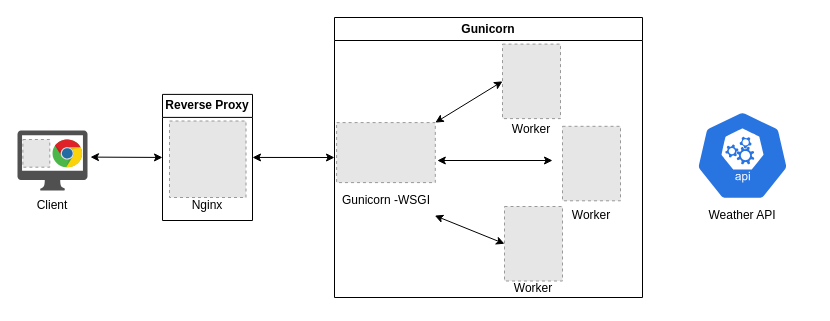
The draw.io diagram Python/Weather_WebApp_Project/web_app.drawio in ortoledanoo/devops-course, before the edit. Source tidied: cells renumbered, new cells numbered last; positions are measured from the earlier drawing's top-left corner, leaving out a move shared by most shapes. Both pictures are drawn from the tidied source at 100%, with x=0, y=0 at pixel (17, 17). Pictures stored in the file or linked from it are replaced by grey dashed boxes.
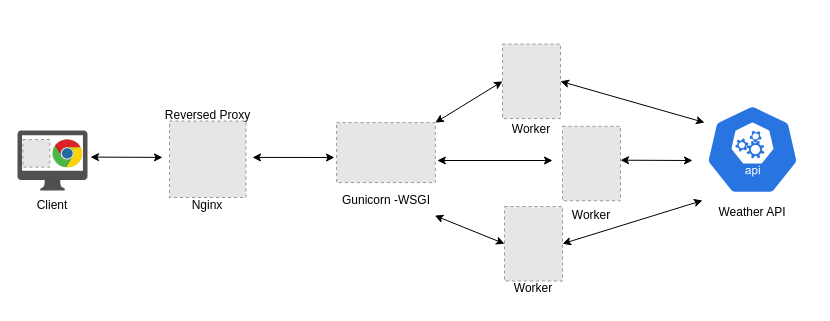
After the change.

What changed in the source:
```diff
@@
-    <mxCell id="2" style="fillColor=#E6E6E6;strokeColor=#999999;dashed=1;verticalLabelPosition=bottom;labelBackgroundColor=default;verticalAlign=top;" parent="1" vertex="1">
-      <mxGeometry x="152" y="103.5" width="76.5" height="76.5" as="geometry" />
-    </mxCell>
@@
     <mxCell id="6" style="sketch=0;html=1;dashed=0;whitespace=wrap;fillColor=#2875E2;strokeColor=#ffffff;points=[[0.005,0.63,0],[0.1,0.2,0],[0.9,0.2,0],[0.5,0,0],[0.995,0.63,0],[0.72,0.99,0],[0.5,1,0],[0.28,0.99,0]];verticalLabelPosition=bottom;align=center;verticalAlign=top;shape=mxgraph.kubernetes.icon;prIcon=api;" parent="1" vertex="1">
-      <mxGeometry x="665" y="93" width="120" height="90" as="geometry" />
+      <mxGeometry x="675" y="87" width="120" height="90" as="geometry" />
     </mxCell>
-    <mxCell id="7" value="Gunicorn" style="swimlane;whiteSpace=wrap;html=1;" parent="1" vertex="1">
-      <mxGeometry x="317" width="308" height="280" as="geometry" />
-    </mxCell>
-    <mxCell id="8" value="Gunicorn -WSGI" style="text;html=1;strokeColor=none;fillColor=none;align=center;verticalAlign=middle;whiteSpace=wrap;rounded=0;" parent="7" vertex="1">
-      <mxGeometry x="2.8" y="168.1" width="97.5" height="30" as="geometry" />
-    </mxCell>
-    <mxCell id="9" style="fillColor=#E6E6E6;strokeColor=#999999;dashed=1;verticalLabelPosition=bottom;labelBackgroundColor=default;verticalAlign=top;" parent="7" vertex="1">
-      <mxGeometry x="168" y="26.6" width="58" height="74.5" as="geometry" />
-    </mxCell>
-    <mxCell id="10" style="fillColor=#E6E6E6;strokeColor=#999999;dashed=1;verticalLabelPosition=bottom;labelBackgroundColor=default;verticalAlign=top;" parent="7" vertex="1">
-      <mxGeometry x="2.1" y="105.1" width="98.7" height="60" as="geometry" />
-    </mxCell>
-    <mxCell id="11" style="fillColor=#E6E6E6;strokeColor=#999999;dashed=1;verticalLabelPosition=bottom;labelBackgroundColor=default;verticalAlign=top;" parent="7" vertex="1">
-      <mxGeometry x="228" y="108.8" width="58" height="74.5" as="geometry" />
-    </mxCell>
-    <mxCell id="12" style="fillColor=#E6E6E6;strokeColor=#999999;dashed=1;verticalLabelPosition=bottom;labelBackgroundColor=default;verticalAlign=top;" parent="7" vertex="1">
-      <mxGeometry x="170" y="189" width="58" height="74.5" as="geometry" />
-    </mxCell>
-    <mxCell id="13" style="endArrow=classic;startArrow=classic;html=1;entryX=0;entryY=0.5;entryDx=0;entryDy=0;exitX=1;exitY=0;exitDx=0;exitDy=0;" parent="7" edge="1" source="10" target="9">
-      <mxGeometry relative="1" as="geometry" />
-    </mxCell>
-    <mxCell id="14" style="endArrow=classic;startArrow=classic;html=1;exitX=0;exitY=0.5;exitDx=0;exitDy=0;entryX=1;entryY=1;entryDx=0;entryDy=0;" parent="7" edge="1" source="12" target="8">
-      <mxGeometry relative="1" as="geometry" />
-    </mxCell>
-    <mxCell id="15" value="Worker" style="text;html=1;strokeColor=none;fillColor=none;align=center;verticalAlign=middle;whiteSpace=wrap;rounded=0;" parent="7" vertex="1">
-      <mxGeometry x="208.2" y="183.3" width="97.5" height="30" as="geometry" />
-    </mxCell>
-    <mxCell id="16" value="Worker" style="text;html=1;strokeColor=none;fillColor=none;align=center;verticalAlign=middle;whiteSpace=wrap;rounded=0;" parent="7" vertex="1">
-      <mxGeometry x="150.2" y="256" width="97.5" height="30" as="geometry" />
-    </mxCell>
-    <mxCell id="17" value="Worker" style="text;html=1;strokeColor=none;fillColor=none;align=center;verticalAlign=middle;whiteSpace=wrap;rounded=0;" parent="7" vertex="1">
-      <mxGeometry x="148.2" y="97.1" width="97.5" height="30" as="geometry" />
-    </mxCell>
-    <mxCell id="18" style="endArrow=classic;startArrow=classic;html=1;entryX=0;entryY=0.5;entryDx=0;entryDy=0;exitX=1;exitY=0.5;exitDx=0;exitDy=0;" parent="1" edge="1" source="19" target="7">
-      <mxGeometry relative="1" as="geometry" />
+    <mxCell id="18" style="endArrow=classic;startArrow=classic;html=1;entryX=0;entryY=0.5;entryDx=0;entryDy=0;exitX=1;exitY=0.5;exitDx=0;exitDy=0;" parent="1" edge="1">
+      <mxGeometry relative="1" as="geometry">
+        <mxPoint x="235" y="139.9" as="sourcePoint" />
+        <mxPoint x="317" y="140" as="targetPoint" />
+      </mxGeometry>
     </mxCell>
-    <mxCell id="19" value="Reverse Proxy" style="swimlane;whiteSpace=wrap;html=1;" parent="1" vertex="1">
-      <mxGeometry x="145" y="76.9" width="90" height="126.1" as="geometry" />
-    </mxCell>
-    <mxCell id="20" value="Nginx" style="text;html=1;strokeColor=none;fillColor=none;align=center;verticalAlign=middle;whiteSpace=wrap;rounded=0;" parent="19" vertex="1">
-      <mxGeometry x="15.2" y="96.1" width="60" height="30" as="geometry" />
-    </mxCell>
@@
-    <mxCell id="22" style="endArrow=classic;startArrow=classic;html=1;exitX=1;exitY=0.5;exitDx=0;exitDy=0;entryX=0;entryY=0.5;entryDx=0;entryDy=0;" parent="1" edge="1" target="19">
+    <mxCell id="22" style="endArrow=classic;startArrow=classic;html=1;exitX=1;exitY=0.5;exitDx=0;exitDy=0;entryX=0;entryY=0.5;entryDx=0;entryDy=0;" parent="1" edge="1">
       <mxGeometry relative="1" as="geometry">
         <mxPoint x="73" y="139.6" as="sourcePoint" />
+        <mxPoint x="145" y="139.9" as="targetPoint" />
       </mxGeometry>
     </mxCell>
     <mxCell id="23" value="Weather API" style="text;html=1;strokeColor=none;fillColor=none;align=center;verticalAlign=middle;whiteSpace=wrap;rounded=0;" parent="1" vertex="1">
-      <mxGeometry x="686.9" y="183" width="76.2" height="30" as="geometry" />
+      <mxGeometry x="696.9" y="180" width="76.2" height="30" as="geometry" />
     </mxCell>
-    <mxCell id="24" style="endArrow=classic;startArrow=classic;html=1;" parent="1" edge="1">
-      <mxGeometry relative="1" as="geometry">
-        <mxPoint x="419.8" y="143" as="sourcePoint" />
-        <mxPoint x="535" y="143" as="targetPoint" />
-      </mxGeometry>
-    </mxCell>
+    <mxCell id="2" style="fillColor=#E6E6E6;strokeColor=#999999;dashed=1;verticalLabelPosition=bottom;labelBackgroundColor=default;verticalAlign=top;" parent="1" vertex="1">
+      <mxGeometry x="152" y="103.5" width="76.5" height="76.5" as="geometry" />
+    </mxCell>
+    <mxCell id="20" value="Nginx" style="text;html=1;strokeColor=none;fillColor=none;align=center;verticalAlign=middle;whiteSpace=wrap;rounded=0;" parent="1" vertex="1">
+      <mxGeometry x="160.2" y="173" width="60" height="30" as="geometry" />
+    </mxCell>
+    <mxCell id="25" value="Reversed Proxy" style="text;html=1;strokeColor=none;fillColor=none;align=center;verticalAlign=middle;whiteSpace=wrap;rounded=0;" parent="1" vertex="1">
+      <mxGeometry x="142.9" y="83" width="94.8" height="30" as="geometry" />
+    </mxCell>
+    <mxCell id="8" value="Gunicorn -WSGI" style="text;html=1;strokeColor=none;fillColor=none;align=center;verticalAlign=middle;whiteSpace=wrap;rounded=0;" parent="1" vertex="1">
+      <mxGeometry x="319.8" y="168.1" width="97.5" height="30" as="geometry" />
+    </mxCell>
+    <mxCell id="26" style="fillColor=#E6E6E6;strokeColor=#999999;dashed=1;verticalLabelPosition=bottom;labelBackgroundColor=default;verticalAlign=top;" parent="1" vertex="1">
+      <mxGeometry x="485" y="26.6" width="58" height="74.5" as="geometry" />
+    </mxCell>
+    <mxCell id="27" style="fillColor=#E6E6E6;strokeColor=#999999;dashed=1;verticalLabelPosition=bottom;labelBackgroundColor=default;verticalAlign=top;" parent="1" vertex="1">
+      <mxGeometry x="319.1" y="105.1" width="98.7" height="60" as="geometry" />
+    </mxCell>
+    <mxCell id="28" style="fillColor=#E6E6E6;strokeColor=#999999;dashed=1;verticalLabelPosition=bottom;labelBackgroundColor=default;verticalAlign=top;" parent="1" vertex="1">
+      <mxGeometry x="545" y="108.8" width="58" height="74.5" as="geometry" />
+    </mxCell>
+    <mxCell id="29" style="fillColor=#E6E6E6;strokeColor=#999999;dashed=1;verticalLabelPosition=bottom;labelBackgroundColor=default;verticalAlign=top;" parent="1" vertex="1">
+      <mxGeometry x="487" y="189" width="58" height="74.5" as="geometry" />
+    </mxCell>
+    <mxCell id="30" style="endArrow=classic;startArrow=classic;html=1;entryX=0;entryY=0.5;entryDx=0;entryDy=0;exitX=1;exitY=0;exitDx=0;exitDy=0;" parent="1" edge="1" source="27" target="26">
+      <mxGeometry relative="1" as="geometry" />
+    </mxCell>
+    <mxCell id="31" style="endArrow=classic;startArrow=classic;html=1;exitX=0;exitY=0.5;exitDx=0;exitDy=0;entryX=1;entryY=1;entryDx=0;entryDy=0;" parent="1" edge="1" source="29" target="8">
+      <mxGeometry relative="1" as="geometry" />
+    </mxCell>
+    <mxCell id="32" value="Worker" style="text;html=1;strokeColor=none;fillColor=none;align=center;verticalAlign=middle;whiteSpace=wrap;rounded=0;" parent="1" vertex="1">
+      <mxGeometry x="525.2" y="183.3" width="97.5" height="30" as="geometry" />
+    </mxCell>
+    <mxCell id="33" value="Worker" style="text;html=1;strokeColor=none;fillColor=none;align=center;verticalAlign=middle;whiteSpace=wrap;rounded=0;" parent="1" vertex="1">
+      <mxGeometry x="467.2" y="256" width="97.5" height="30" as="geometry" />
+    </mxCell>
+    <mxCell id="34" value="Worker" style="text;html=1;strokeColor=none;fillColor=none;align=center;verticalAlign=middle;whiteSpace=wrap;rounded=0;" parent="1" vertex="1">
+      <mxGeometry x="465.2" y="97.1" width="97.5" height="30" as="geometry" />
+    </mxCell>
+    <mxCell id="35" style="endArrow=classic;startArrow=classic;html=1;" parent="1" edge="1">
+      <mxGeometry relative="1" as="geometry">
+        <mxPoint x="419.8" y="143" as="sourcePoint" />
+        <mxPoint x="535" y="143" as="targetPoint" />
+      </mxGeometry>
+    </mxCell>
+    <mxCell id="36" style="endArrow=classic;startArrow=classic;html=1;" parent="1" edge="1">
+      <mxGeometry relative="1" as="geometry">
+        <mxPoint x="603" y="142.7" as="sourcePoint" />
+        <mxPoint x="675" y="143" as="targetPoint" />
+      </mxGeometry>
+    </mxCell>
+    <mxCell id="37" style="endArrow=classic;startArrow=classic;html=1;entryX=0.1;entryY=0.2;entryDx=0;entryDy=0;entryPerimeter=0;exitX=1;exitY=0.5;exitDx=0;exitDy=0;" parent="1" edge="1" source="26" target="6">
+      <mxGeometry relative="1" as="geometry" />
+    </mxCell>
+    <mxCell id="38" style="endArrow=classic;startArrow=classic;html=1;exitX=1;exitY=0.5;exitDx=0;exitDy=0;" parent="1" edge="1" source="29">
+      <mxGeometry relative="1" as="geometry">
+        <mxPoint x="685" y="183" as="targetPoint" />
+      </mxGeometry>
+    </mxCell>
```
